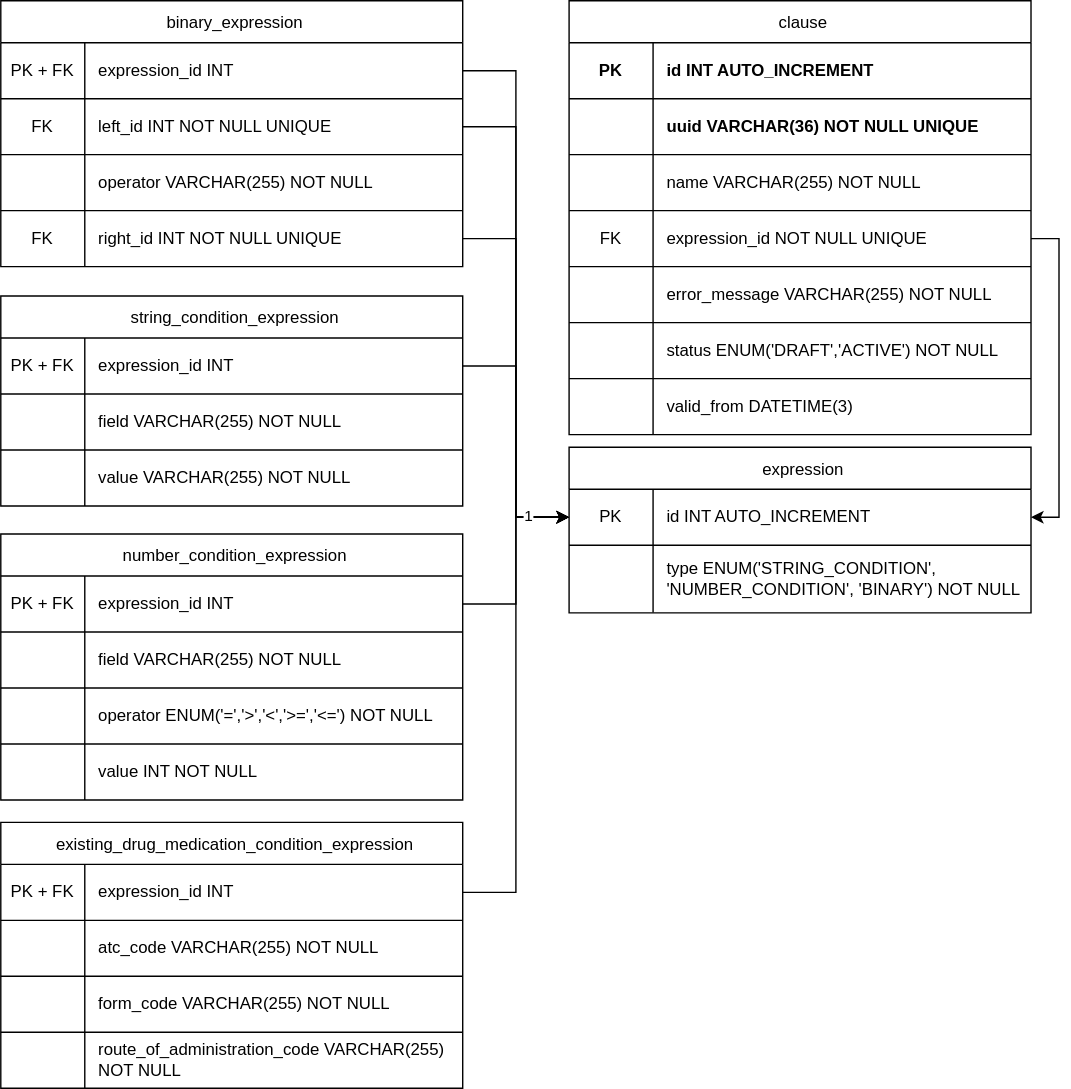
Earlier version of the draw.io export documentation/src/main/resources/images/data_model.svg (KvalitetsIT/klausuleret-tilskud-valideringskomponent). Source tidied: cells renumbered, new cells last; positions are measured from the earlier drawing's top-left corner, leaving out a move shared by most shapes.
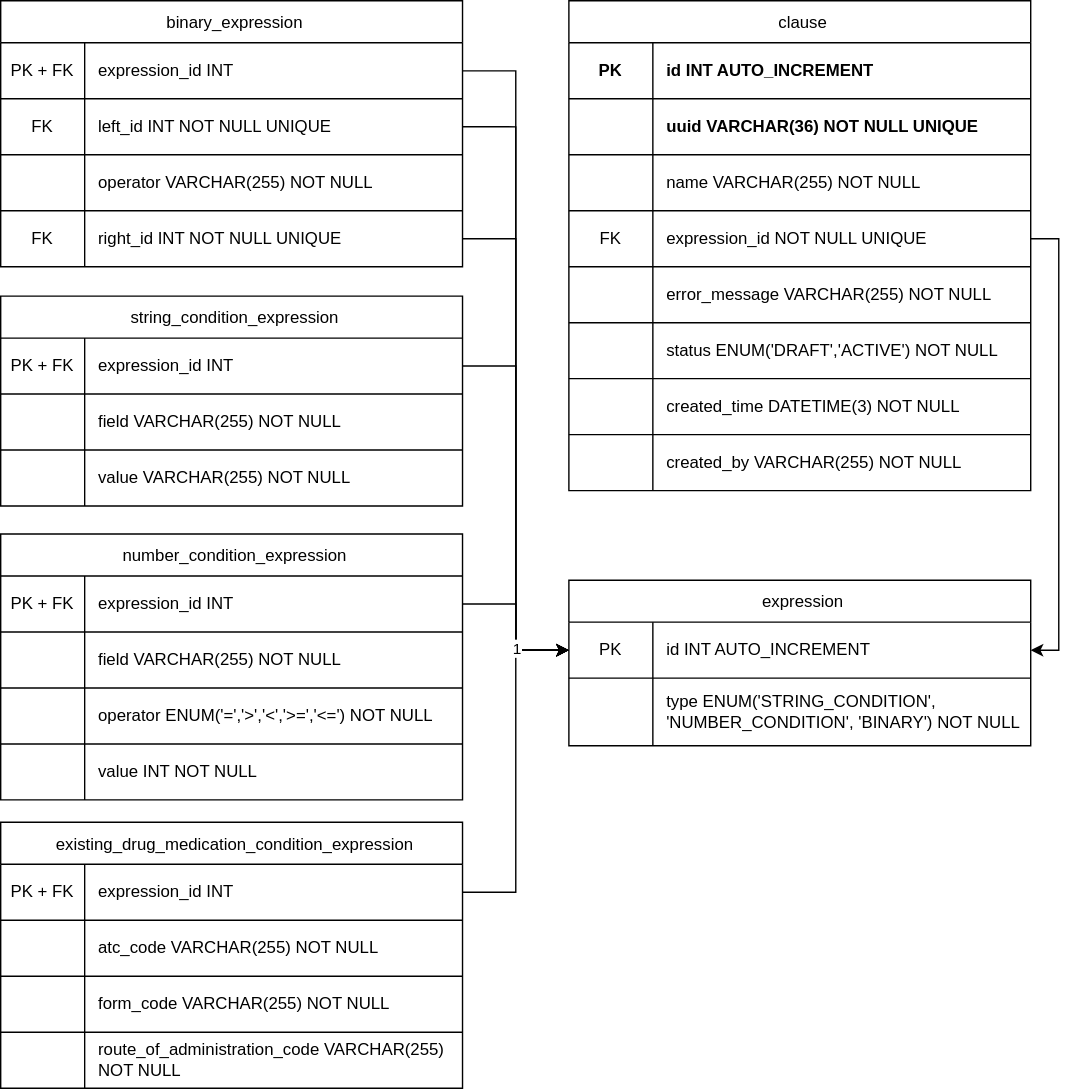
The same diagram one commit later.

Commit message:
Update documentation data model

Diff of the diagram source:
```diff
@@ -9,7 +9,7 @@
       <mxGeometry relative="1" as="geometry" />
     </mxCell>
     <mxCell id="4" value="clause" style="shape=table;startSize=30;spacingLeft=5;" parent="1" vertex="1">
-      <mxGeometry x="406" width="330" height="310" as="geometry" />
+      <mxGeometry x="406" width="330" height="350" as="geometry" />
     </mxCell>
     <mxCell id="5" style="shape=tableRow;horizontal=0;startSize=0;swimlaneHead=0;swimlaneBody=0;strokeColor=inherit;top=0;left=0;bottom=0;right=0;fillColor=none;fontStyle=1;" parent="4" vertex="1">
       <mxGeometry y="30" width="330" height="40" as="geometry" />
@@ -71,9 +71,18 @@
     <mxCell id="24" style="shape=partialRectangle;html=1;whiteSpace=wrap;strokeColor=inherit;overflow=hidden;fillColor=none;top=0;left=0;bottom=0;right=0;" parent="23" vertex="1">
       <mxGeometry width="60" height="40" as="geometry" />
     </mxCell>
-    <mxCell id="25" value="valid_from DATETIME(3)" style="shape=partialRectangle;html=1;whiteSpace=wrap;strokeColor=inherit;overflow=hidden;fillColor=none;top=0;left=0;bottom=0;right=0;align=left;spacingLeft=8;" parent="23" vertex="1">
+    <mxCell id="25" value="created_time DATETIME(3) NOT NULL" style="shape=partialRectangle;html=1;whiteSpace=wrap;strokeColor=inherit;overflow=hidden;fillColor=none;top=0;left=0;bottom=0;right=0;align=left;spacingLeft=8;" parent="23" vertex="1">
       <mxGeometry x="60" width="270" height="40" as="geometry" />
     </mxCell>
+    <mxCell id="88" style="shape=tableRow;horizontal=0;startSize=0;swimlaneHead=0;swimlaneBody=0;strokeColor=inherit;top=0;left=0;bottom=0;right=0;fillColor=none;" parent="4" vertex="1">
+      <mxGeometry y="310" width="330" height="40" as="geometry" />
+    </mxCell>
+    <mxCell id="89" style="shape=partialRectangle;html=1;whiteSpace=wrap;strokeColor=inherit;overflow=hidden;fillColor=none;top=0;left=0;bottom=0;right=0;" parent="88" vertex="1">
+      <mxGeometry width="60" height="40" as="geometry" />
+    </mxCell>
+    <mxCell id="90" value="created_by VARCHAR(255) NOT NULL" style="shape=partialRectangle;html=1;whiteSpace=wrap;strokeColor=inherit;overflow=hidden;fillColor=none;top=0;left=0;bottom=0;right=0;align=left;spacingLeft=8;" parent="88" vertex="1">
+      <mxGeometry x="60" width="270" height="40" as="geometry" />
+    </mxCell>
     <mxCell id="26" value="string_condition_expression" style="shape=table;startSize=30;spacingLeft=5;" parent="1" vertex="1">
       <mxGeometry y="211" width="330" height="150" as="geometry" />
     </mxCell>
@@ -162,7 +171,7 @@
       <mxGeometry relative="1" as="geometry" />
     </mxCell>
     <mxCell id="55" value="expression" style="shape=table;startSize=30;spacingLeft=5;" parent="1" vertex="1">
-      <mxGeometry x="406" y="319" width="330" height="118.3" as="geometry" />
+      <mxGeometry x="406" y="414" width="330" height="118.3" as="geometry" />
     </mxCell>
     <mxCell id="56" style="shape=tableRow;horizontal=0;startSize=0;swimlaneHead=0;swimlaneBody=0;strokeColor=inherit;top=0;left=0;bottom=0;right=0;fillColor=none;points=[[0,0.5],[1,0.5]];portConstraint=eastwest;fontStyle=1;" parent="55" vertex="1">
       <mxGeometry y="30" width="330" height="40" as="geometry" />
```
